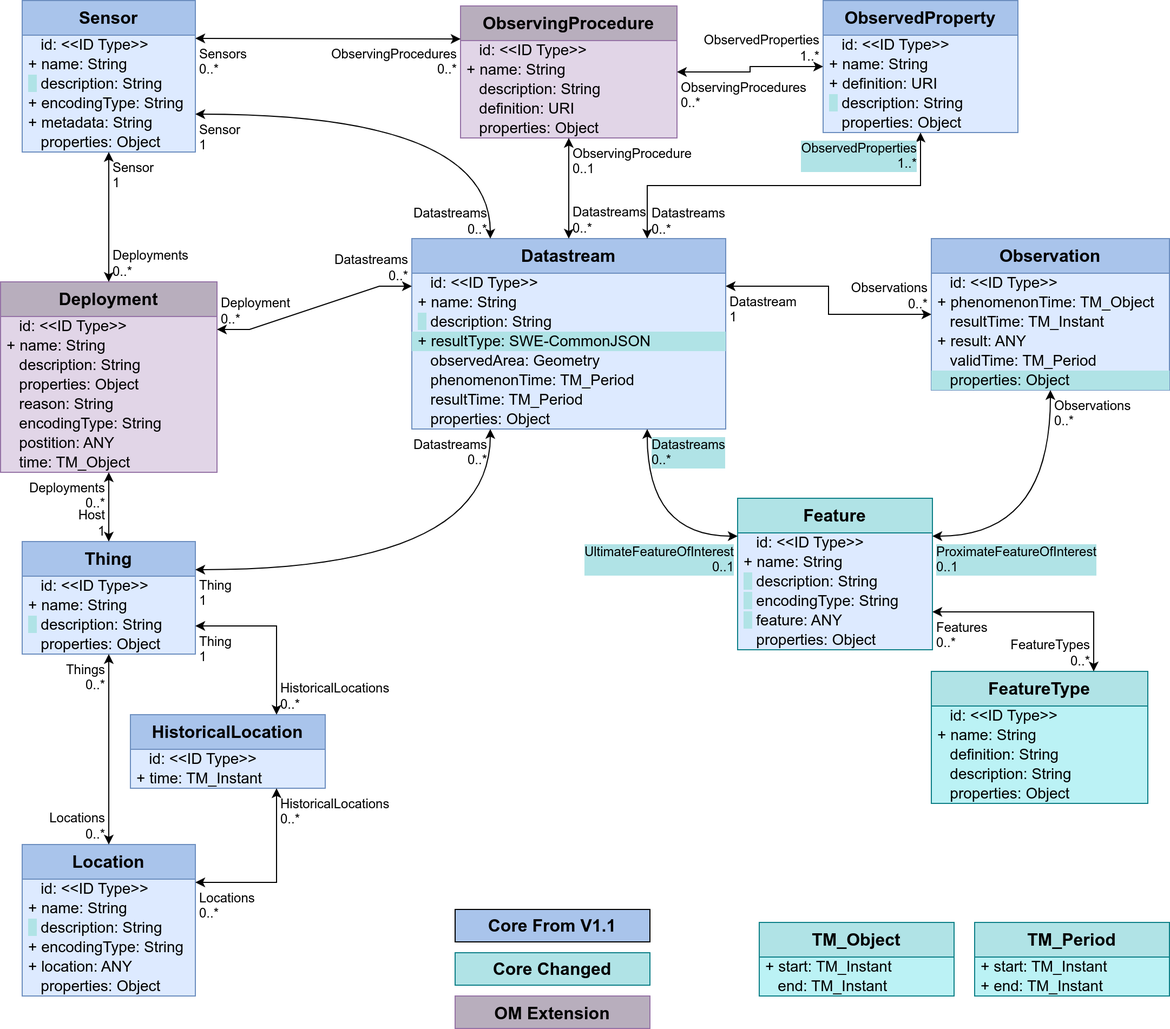
opengeospatial/sensorthings keeps this draw.io diagram as images/GRP0002.png. Above is the earlier version. Source tidied: cells renumbered, new cells last; positions are measured from the earlier drawing's top-left corner, leaving out a move shared by most shapes.
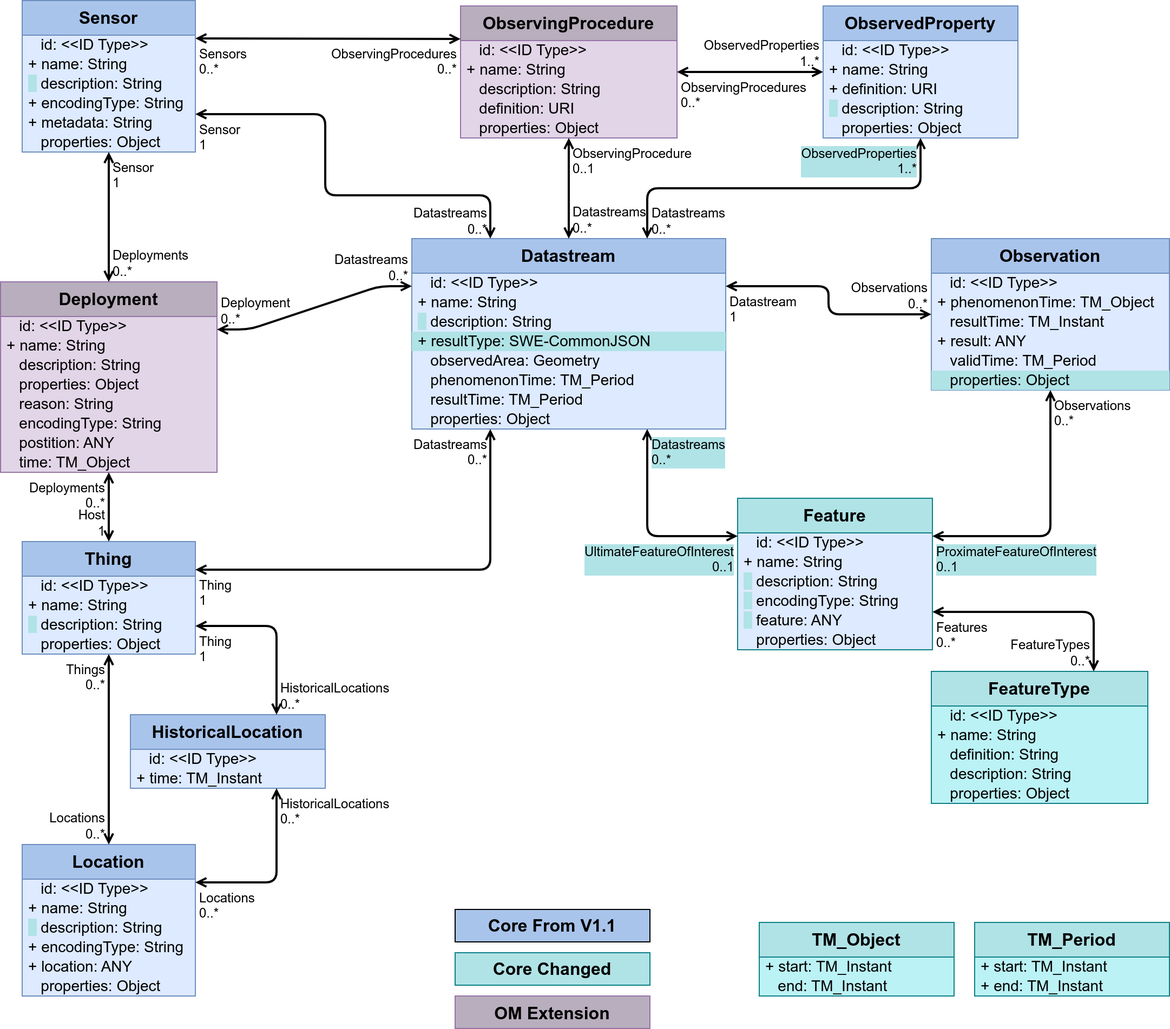
Later version of the same file.

What changed in the source:
```diff
@@ -77,7 +77,7 @@
     <mxCell id="26" value="&amp;nbsp;&amp;nbsp;&amp;nbsp;properties: Object" style="text;strokeColor=none;fillColor=none;align=left;verticalAlign=middle;spacingLeft=4;spacingRight=4;overflow=visible;html=1;fontSize=14;" parent="20" vertex="1">
       <mxGeometry y="122" width="180" height="18" as="geometry" />
     </mxCell>
-    <mxCell id="27" style="endArrow=classic;startArrow=classic;html=1;rounded=0;exitX=0;exitY=0.25;exitDx=0;exitDy=0;edgeStyle=orthogonalEdgeStyle;entryX=0.75;entryY=1;entryDx=0;entryDy=0;curved=1;" parent="1" edge="1" source="20" target="2">
+    <mxCell id="27" style="endArrow=open;startArrow=open;html=1;rounded=1;exitX=0;exitY=0.25;exitDx=0;exitDy=0;edgeStyle=orthogonalEdgeStyle;entryX=0.75;entryY=1;entryDx=0;entryDy=0;curved=0;strokeWidth=2;startFill=0;endFill=0;" parent="1" edge="1" source="20" target="2">
       <mxGeometry relative="1" as="geometry" />
     </mxCell>
     <mxCell id="28" value="UltimateFeatureOfInterest&lt;br&gt;0..1" style="edgeLabel;html=1;align=right;verticalAlign=top;labelBackgroundColor=#B0E3E6;fontSize=12;spacingLeft=1;spacing=3;spacingRight=2;" parent="27" vertex="1">
@@ -104,7 +104,7 @@
     <mxCell id="35" value="&amp;nbsp;&amp;nbsp;&amp;nbsp;properties: Object" style="text;strokeColor=none;fillColor=none;align=left;verticalAlign=middle;spacingLeft=4;spacingRight=4;overflow=visible;html=1;fontSize=14;" parent="30" vertex="1">
       <mxGeometry y="104" width="200" height="18" as="geometry" />
     </mxCell>
-    <mxCell id="36" style="endArrow=classic;startArrow=classic;html=1;rounded=0;edgeStyle=orthogonalEdgeStyle;entryX=1;entryY=0.75;entryDx=0;entryDy=0;exitX=0.75;exitY=0;exitDx=0;exitDy=0;" parent="1" edge="1" source="30" target="20">
+    <mxCell id="36" style="endArrow=open;startArrow=open;html=1;rounded=1;edgeStyle=orthogonalEdgeStyle;entryX=1;entryY=0.75;entryDx=0;entryDy=0;exitX=0.75;exitY=0;exitDx=0;exitDy=0;strokeWidth=2;curved=0;startFill=0;endFill=0;" parent="1" edge="1" source="30" target="20">
       <mxGeometry relative="1" as="geometry" />
     </mxCell>
     <mxCell id="37" value="FeatureTypes&lt;br&gt;0..*" style="edgeLabel;html=1;align=right;verticalAlign=bottom;labelBackgroundColor=none;fontSize=12;spacingLeft=1;spacing=3;spacingRight=2;" parent="36" vertex="1">
@@ -143,7 +143,7 @@
     <mxCell id="48" value="&amp;nbsp;&amp;nbsp;&amp;nbsp;properties: Object" style="text;strokeColor=none;fillColor=none;align=left;verticalAlign=middle;spacingLeft=4;spacingRight=4;overflow=visible;html=1;fontSize=14;" parent="42" vertex="1">
       <mxGeometry y="122" width="160" height="18" as="geometry" />
     </mxCell>
-    <mxCell id="49" style="endArrow=classic;startArrow=classic;html=1;rounded=0;entryX=0.75;entryY=1;entryDx=0;entryDy=0;edgeStyle=orthogonalEdgeStyle;exitX=1;exitY=0.25;exitDx=0;exitDy=0;" parent="1" edge="1" source="42" target="39">
+    <mxCell id="49" style="endArrow=open;startArrow=open;html=1;rounded=1;entryX=0.75;entryY=1;entryDx=0;entryDy=0;edgeStyle=orthogonalEdgeStyle;exitX=1;exitY=0.25;exitDx=0;exitDy=0;strokeWidth=2;curved=0;startFill=0;endFill=0;" parent="1" edge="1" source="42" target="39">
       <mxGeometry relative="1" as="geometry" />
     </mxCell>
     <mxCell id="50" value="Locations&lt;br&gt;0..*" style="edgeLabel;html=1;align=left;verticalAlign=top;labelBackgroundColor=none;fontSize=12;spacingLeft=1;spacing=3;spacingRight=2;" parent="49" vertex="1">
@@ -173,7 +173,7 @@
     <mxCell id="58" value="&amp;nbsp;&amp;nbsp;&amp;nbsp;properties: Object" style="text;strokeColor=none;fillColor=#b0e3e6;align=left;verticalAlign=middle;spacingLeft=4;spacingRight=4;overflow=visible;html=1;fontSize=14;" parent="52" vertex="1">
       <mxGeometry y="122" width="220" height="18" as="geometry" />
     </mxCell>
-    <mxCell id="59" style="endArrow=classic;startArrow=classic;html=1;rounded=0;exitX=0;exitY=0.5;exitDx=0;exitDy=0;entryX=1;entryY=0.25;entryDx=0;entryDy=0;edgeStyle=orthogonalEdgeStyle;" parent="1" edge="1" source="52" target="2">
+    <mxCell id="59" style="endArrow=open;startArrow=open;html=1;rounded=1;exitX=0;exitY=0.5;exitDx=0;exitDy=0;entryX=1;entryY=0.25;entryDx=0;entryDy=0;edgeStyle=orthogonalEdgeStyle;strokeWidth=2;curved=0;startFill=0;endFill=0;" parent="1" edge="1" source="52" target="2">
       <mxGeometry relative="1" as="geometry" />
     </mxCell>
     <mxCell id="60" value="Observations&lt;br&gt;0..*" style="edgeLabel;html=1;align=right;verticalAlign=bottom;labelBackgroundColor=none;fontSize=12;spacingLeft=1;spacing=3;spacingRight=2;" parent="59" vertex="1">
@@ -182,7 +182,7 @@
     <mxCell id="61" value="Datastream&lt;br&gt;1" style="edgeLabel;html=1;align=left;verticalAlign=top;labelBackgroundColor=none;fontSize=12;spacingLeft=1;spacing=3;spacingRight=2;" parent="59" vertex="1">
       <mxGeometry x="1" relative="1" as="geometry" />
     </mxCell>
-    <mxCell id="62" style="endArrow=classic;startArrow=classic;html=1;rounded=0;exitX=0.5;exitY=1;exitDx=0;exitDy=0;edgeStyle=orthogonalEdgeStyle;entryX=1;entryY=0.25;entryDx=0;entryDy=0;curved=1;" parent="1" edge="1" source="52" target="20">
+    <mxCell id="62" style="endArrow=open;startArrow=open;html=1;rounded=1;exitX=0.5;exitY=1;exitDx=0;exitDy=0;edgeStyle=orthogonalEdgeStyle;entryX=1;entryY=0.25;entryDx=0;entryDy=0;curved=0;strokeWidth=2;startFill=0;endFill=0;" parent="1" edge="1" source="52" target="20">
       <mxGeometry relative="1" as="geometry" />
     </mxCell>
     <mxCell id="63" value="Observations&lt;br&gt;0..*" style="edgeLabel;html=1;align=left;verticalAlign=top;labelBackgroundColor=none;fontSize=12;spacingLeft=1;spacing=3;spacingRight=2;" parent="62" vertex="1">
@@ -192,7 +192,7 @@
       <mxGeometry x="1" relative="1" as="geometry" />
     </mxCell>
     <mxCell id="65" value="ObservedProperty" style="swimlane;fontStyle=1;horizontal=1;startSize=32;fontSize=16;whiteSpace=wrap;html=1;fillColor=#A9C4EB;strokeColor=#6c8ebf;swimlaneFillColor=#DDEAFF;verticalAlign=top;" parent="1" vertex="1">
-      <mxGeometry x="760" width="180" height="122" as="geometry" />
+      <mxGeometry x="760" y="5" width="180" height="122" as="geometry" />
     </mxCell>
     <mxCell id="66" value="&amp;nbsp;&amp;nbsp;&amp;nbsp;id: &amp;lt;&amp;lt;ID Type&amp;gt;&amp;gt;" style="text;strokeColor=none;fillColor=none;align=left;verticalAlign=middle;spacingLeft=4;spacingRight=4;overflow=visible;html=1;fontSize=14;" parent="65" vertex="1">
       <mxGeometry y="32" width="180" height="18" as="geometry" />
@@ -209,7 +209,7 @@
     <mxCell id="70" value="&amp;nbsp;&amp;nbsp;&amp;nbsp;properties: Object" style="text;strokeColor=none;fillColor=none;align=left;verticalAlign=middle;spacingLeft=4;spacingRight=4;overflow=visible;html=1;fontSize=14;" parent="65" vertex="1">
       <mxGeometry y="104" width="180" height="18" as="geometry" />
     </mxCell>
-    <mxCell id="71" style="endArrow=classic;startArrow=classic;html=1;rounded=0;edgeStyle=orthogonalEdgeStyle;entryX=0.75;entryY=0;entryDx=0;entryDy=0;exitX=0.5;exitY=1;exitDx=0;exitDy=0;" parent="1" edge="1" source="65" target="2">
+    <mxCell id="71" style="endArrow=open;startArrow=open;html=1;rounded=1;edgeStyle=orthogonalEdgeStyle;entryX=0.75;entryY=0;entryDx=0;entryDy=0;exitX=0.5;exitY=1;exitDx=0;exitDy=0;strokeWidth=2;curved=0;startFill=0;endFill=0;" parent="1" edge="1" source="65" target="2">
       <mxGeometry relative="1" as="geometry" />
     </mxCell>
     <mxCell id="72" value="ObservedProperties&lt;br&gt;1..*" style="edgeLabel;html=1;align=right;verticalAlign=top;labelBackgroundColor=#B0E3E6;fontSize=12;spacingLeft=1;spacing=3;spacingRight=2;" parent="71" vertex="1">
@@ -236,7 +236,7 @@
     <mxCell id="79" value="&amp;nbsp;&amp;nbsp;&amp;nbsp;properties: Object" style="text;strokeColor=none;fillColor=none;align=left;verticalAlign=middle;spacingLeft=4;spacingRight=4;overflow=visible;html=1;fontSize=14;" parent="74" vertex="1">
       <mxGeometry y="104" width="200" height="18" as="geometry" />
     </mxCell>
-    <mxCell id="80" style="endArrow=classic;startArrow=classic;html=1;rounded=0;noEdgeStyle=1;entryX=0.5;entryY=0;entryDx=0;entryDy=0;exitX=0.5;exitY=1;exitDx=0;exitDy=0;" parent="1" edge="1" source="74" target="2">
+    <mxCell id="80" style="endArrow=open;startArrow=open;html=1;rounded=1;noEdgeStyle=1;entryX=0.5;entryY=0;entryDx=0;entryDy=0;exitX=0.5;exitY=1;exitDx=0;exitDy=0;strokeWidth=2;curved=0;startFill=0;endFill=0;" parent="1" edge="1" source="74" target="2">
       <mxGeometry relative="1" as="geometry" />
     </mxCell>
     <mxCell id="81" value="ObservingProcedure&lt;br&gt;0..1" style="edgeLabel;html=1;align=left;verticalAlign=top;labelBackgroundColor=none;fontSize=12;spacingLeft=1;spacing=3;spacingRight=2;" parent="80" vertex="1">
@@ -266,8 +266,14 @@
     <mxCell id="89" value="&amp;nbsp;&amp;nbsp;&amp;nbsp;properties: Object" style="text;strokeColor=none;fillColor=none;align=left;verticalAlign=middle;spacingLeft=4;spacingRight=4;overflow=visible;html=1;fontSize=14;" parent="83" vertex="1">
       <mxGeometry y="122" width="160" height="18" as="geometry" />
     </mxCell>
-    <mxCell id="90" style="endArrow=classic;startArrow=classic;html=1;rounded=0;entryX=0.25;entryY=0;entryDx=0;entryDy=0;edgeStyle=orthogonalEdgeStyle;exitX=1;exitY=0.75;exitDx=0;exitDy=0;curved=1;" parent="1" edge="1" source="83" target="2">
-      <mxGeometry relative="1" as="geometry" />
+    <mxCell id="90" style="endArrow=open;startArrow=open;html=1;rounded=1;entryX=0.25;entryY=0;entryDx=0;entryDy=0;edgeStyle=orthogonalEdgeStyle;exitX=1;exitY=0.75;exitDx=0;exitDy=0;strokeWidth=2;startFill=0;endFill=0;" parent="1" edge="1" source="83" target="2">
+      <mxGeometry relative="1" as="geometry">
+        <Array as="points">
+          <mxPoint x="300" y="105" />
+          <mxPoint x="300" y="180" />
+          <mxPoint x="453" y="180" />
+        </Array>
+      </mxGeometry>
     </mxCell>
     <mxCell id="91" value="Sensor&lt;br&gt;1" style="edgeLabel;html=1;align=left;verticalAlign=top;labelBackgroundColor=none;fontSize=12;spacingLeft=1;spacing=3;spacingRight=2;" parent="90" vertex="1">
       <mxGeometry x="-1" relative="1" as="geometry" />
@@ -275,7 +281,7 @@
     <mxCell id="92" value="Datastreams&lt;br&gt;0..*" style="edgeLabel;html=1;align=right;verticalAlign=bottom;labelBackgroundColor=none;fontSize=12;spacingLeft=1;spacing=3;spacingRight=2;" parent="90" vertex="1">
       <mxGeometry x="1" relative="1" as="geometry" />
     </mxCell>
-    <mxCell id="93" style="endArrow=classic;startArrow=classic;html=1;rounded=0;noEdgeStyle=1;" parent="1" edge="1" source="83" target="11">
+    <mxCell id="93" style="endArrow=open;startArrow=open;html=1;rounded=1;noEdgeStyle=1;strokeWidth=2;curved=0;startFill=0;endFill=0;" parent="1" edge="1" source="83" target="11">
       <mxGeometry relative="1" as="geometry" />
     </mxCell>
     <mxCell id="94" value="Sensor&lt;br&gt;1" style="edgeLabel;html=1;align=left;verticalAlign=top;labelBackgroundColor=none;fontSize=12;spacingLeft=1;spacing=3;spacingRight=2;" parent="93" vertex="1">
@@ -284,7 +290,7 @@
     <mxCell id="95" value="Deployments&lt;br&gt;0..*" style="edgeLabel;html=1;align=left;verticalAlign=bottom;labelBackgroundColor=none;fontSize=12;spacingLeft=1;spacing=3;spacingRight=2;" parent="93" vertex="1">
       <mxGeometry x="1" relative="1" as="geometry" />
     </mxCell>
-    <mxCell id="96" style="endArrow=classic;startArrow=classic;html=1;rounded=0;exitX=1;exitY=0.25;exitDx=0;exitDy=0;entryX=0;entryY=0.25;entryDx=0;entryDy=0;" parent="1" edge="1" source="83" target="74">
+    <mxCell id="96" style="endArrow=open;startArrow=open;html=1;rounded=1;exitX=1;exitY=0.25;exitDx=0;exitDy=0;entryX=0;entryY=0.25;entryDx=0;entryDy=0;strokeWidth=2;curved=0;startFill=0;endFill=0;" parent="1" edge="1" source="83" target="74">
       <mxGeometry relative="1" as="geometry" />
     </mxCell>
     <mxCell id="97" value="Sensors&lt;br&gt;0..*" style="edgeLabel;html=1;align=left;verticalAlign=top;labelBackgroundColor=none;fontSize=12;spacingLeft=1;spacing=3;spacingRight=2;" parent="96" vertex="1">
@@ -308,7 +314,7 @@
     <mxCell id="103" value="&amp;nbsp;&amp;nbsp;&amp;nbsp;properties: Object" style="text;strokeColor=none;fillColor=none;align=left;verticalAlign=middle;spacingLeft=4;spacingRight=4;overflow=visible;html=1;fontSize=14;" parent="99" vertex="1">
       <mxGeometry y="86" width="160" height="18" as="geometry" />
     </mxCell>
-    <mxCell id="104" style="endArrow=classic;startArrow=classic;html=1;rounded=0;noEdgeStyle=1;" parent="1" edge="1" source="99" target="11">
+    <mxCell id="104" style="endArrow=open;startArrow=open;html=1;rounded=1;noEdgeStyle=1;strokeWidth=2;curved=0;startFill=0;endFill=0;" parent="1" edge="1" source="99" target="11">
       <mxGeometry relative="1" as="geometry" />
     </mxCell>
     <mxCell id="105" value="Host&lt;br&gt;1" style="edgeLabel;html=1;align=right;verticalAlign=bottom;labelBackgroundColor=none;fontSize=12;spacingLeft=1;spacing=3;spacingRight=2;" parent="104" vertex="1">
@@ -317,7 +323,7 @@
     <mxCell id="106" value="Deployments&lt;br&gt;0..*" style="edgeLabel;html=1;align=right;verticalAlign=top;labelBackgroundColor=none;fontSize=12;spacingLeft=1;spacing=3;spacingRight=2;" parent="104" vertex="1">
       <mxGeometry x="1" relative="1" as="geometry" />
     </mxCell>
-    <mxCell id="107" style="endArrow=classic;startArrow=classic;html=1;rounded=0;exitX=1;exitY=0.75;exitDx=0;exitDy=0;edgeStyle=orthogonalEdgeStyle;entryX=0.75;entryY=0;entryDx=0;entryDy=0;" parent="1" edge="1" source="99" target="39">
+    <mxCell id="107" style="endArrow=open;startArrow=open;html=1;rounded=1;exitX=1;exitY=0.75;exitDx=0;exitDy=0;edgeStyle=orthogonalEdgeStyle;entryX=0.75;entryY=0;entryDx=0;entryDy=0;strokeWidth=2;curved=0;startFill=0;endFill=0;" parent="1" edge="1" source="99" target="39">
       <mxGeometry relative="1" as="geometry" />
     </mxCell>
     <mxCell id="108" value="Thing&lt;br&gt;1" style="edgeLabel;html=1;align=left;verticalAlign=top;labelBackgroundColor=none;fontSize=12;spacingLeft=1;spacing=3;spacingRight=2;" parent="107" vertex="1">
@@ -326,7 +332,7 @@
     <mxCell id="109" value="HistoricalLocations&lt;br&gt;0..*" style="edgeLabel;html=1;align=left;verticalAlign=bottom;labelBackgroundColor=none;fontSize=12;spacingLeft=1;spacing=3;spacingRight=2;" parent="107" vertex="1">
       <mxGeometry x="1" relative="1" as="geometry" />
     </mxCell>
-    <mxCell id="110" style="endArrow=classic;startArrow=classic;html=1;rounded=0;noEdgeStyle=1;entryX=0.5;entryY=0;entryDx=0;entryDy=0;exitX=0.5;exitY=1;exitDx=0;exitDy=0;" parent="1" edge="1" source="99" target="42">
+    <mxCell id="110" style="endArrow=open;startArrow=open;html=1;rounded=1;noEdgeStyle=1;entryX=0.5;entryY=0;entryDx=0;entryDy=0;exitX=0.5;exitY=1;exitDx=0;exitDy=0;strokeWidth=2;curved=0;startFill=0;endFill=0;" parent="1" edge="1" source="99" target="42">
       <mxGeometry relative="1" as="geometry" />
     </mxCell>
     <mxCell id="111" value="Things&lt;br&gt;0..*" style="edgeLabel;html=1;align=right;verticalAlign=top;labelBackgroundColor=none;fontSize=12;spacingLeft=1;spacing=3;spacingRight=2;" parent="110" vertex="1">
@@ -335,7 +341,7 @@
     <mxCell id="112" value="Locations&lt;br&gt;0..*" style="edgeLabel;html=1;align=right;verticalAlign=bottom;labelBackgroundColor=none;fontSize=12;spacingLeft=1;spacing=3;spacingRight=2;" parent="110" vertex="1">
       <mxGeometry x="1" relative="1" as="geometry" />
     </mxCell>
-    <mxCell id="113" style="endArrow=classic;startArrow=classic;html=1;rounded=0;edgeStyle=orthogonalEdgeStyle;entryX=0.25;entryY=1;entryDx=0;entryDy=0;exitX=1;exitY=0.25;exitDx=0;exitDy=0;curved=1;" parent="1" edge="1" source="99" target="2">
+    <mxCell id="113" style="endArrow=open;startArrow=open;html=1;rounded=1;edgeStyle=orthogonalEdgeStyle;entryX=0.25;entryY=1;entryDx=0;entryDy=0;exitX=1;exitY=0.25;exitDx=0;exitDy=0;curved=0;strokeWidth=2;startFill=0;endFill=0;" parent="1" edge="1" source="99" target="2">
       <mxGeometry relative="1" as="geometry" />
     </mxCell>
     <mxCell id="114" value="Thing&lt;br&gt;1" style="edgeLabel;html=1;align=left;verticalAlign=top;labelBackgroundColor=none;fontSize=12;spacingLeft=1;spacing=3;spacingRight=2;" parent="113" vertex="1">
@@ -362,7 +368,7 @@
     <mxCell id="121" value="&amp;nbsp;&amp;nbsp;&amp;nbsp;end: TM_Instant" style="text;strokeColor=none;fillColor=none;align=left;verticalAlign=middle;spacingLeft=4;spacingRight=4;overflow=visible;html=1;fontSize=14;" parent="119" vertex="1">
       <mxGeometry y="50" width="180" height="18" as="geometry" />
     </mxCell>
-    <mxCell id="122" style="endArrow=classic;startArrow=classic;html=1;rounded=0;exitX=1;exitY=0.25;exitDx=0;exitDy=0;entryX=0;entryY=0.25;entryDx=0;entryDy=0;edgeStyle=entityRelationEdgeStyle;" parent="1" edge="1" source="11" target="2">
+    <mxCell id="122" style="endArrow=open;startArrow=open;html=1;rounded=1;exitX=1;exitY=0.25;exitDx=0;exitDy=0;entryX=0;entryY=0.25;entryDx=0;entryDy=0;edgeStyle=entityRelationEdgeStyle;strokeWidth=2;curved=0;startFill=0;endFill=0;" parent="1" edge="1" source="11" target="2">
       <mxGeometry relative="1" as="geometry" />
     </mxCell>
     <mxCell id="123" value="Deployment&lt;br&gt;0..*" style="edgeLabel;html=1;align=left;verticalAlign=bottom;labelBackgroundColor=none;fontSize=12;spacingLeft=1;spacing=3;spacingRight=2;" parent="122" vertex="1">
@@ -377,7 +383,7 @@
     <mxCell id="126" value="Core From V1.1" style="rounded=0;whiteSpace=wrap;html=1;labelBackgroundColor=none;fillColor=#A9C4EB;strokeColor=default;fontStyle=1;fontSize=16;" parent="1" vertex="1">
       <mxGeometry x="420" y="840" width="180" height="30" as="geometry" />
     </mxCell>
-    <mxCell id="127" style="endArrow=classic;startArrow=classic;html=1;rounded=0;edgeStyle=orthogonalEdgeStyle;entryX=1;entryY=0.5;entryDx=0;entryDy=0;exitX=0;exitY=0.5;exitDx=0;exitDy=0;" parent="1" edge="1" source="65" target="74">
+    <mxCell id="127" style="endArrow=open;startArrow=open;html=1;rounded=1;edgeStyle=orthogonalEdgeStyle;entryX=1;entryY=0.5;entryDx=0;entryDy=0;exitX=0;exitY=0.5;exitDx=0;exitDy=0;strokeWidth=2;curved=0;startFill=0;endFill=0;" parent="1" edge="1" source="65" target="74">
       <mxGeometry relative="1" as="geometry" />
     </mxCell>
     <mxCell id="128" value="ObservedProperties&lt;br&gt;1..*" style="edgeLabel;html=1;align=right;verticalAlign=bottom;labelBackgroundColor=none;fontSize=12;spacingLeft=1;spacing=3;spacingRight=2;" parent="127" vertex="1">
```
